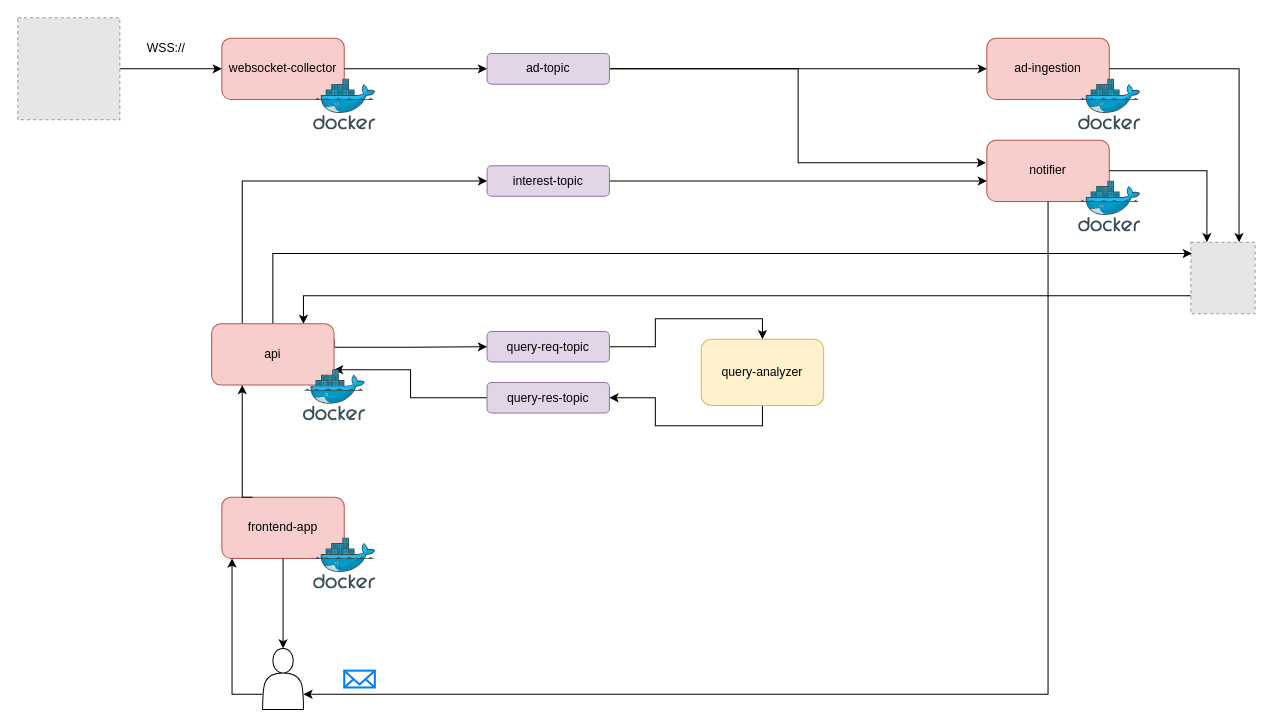
The draw.io diagram high-level-overview.drawio in jovicaandric/nlp-kupujem-prodajem-search, before the edit. Source tidied: cells renumbered, new cells numbered last; positions are measured from the earlier drawing's top-left corner, leaving out a move shared by most shapes. Both pictures are drawn from the tidied source at 102%, with x=0, y=0 at pixel (17, 17). Pictures stored in the file or linked from it are replaced by grey dashed boxes.
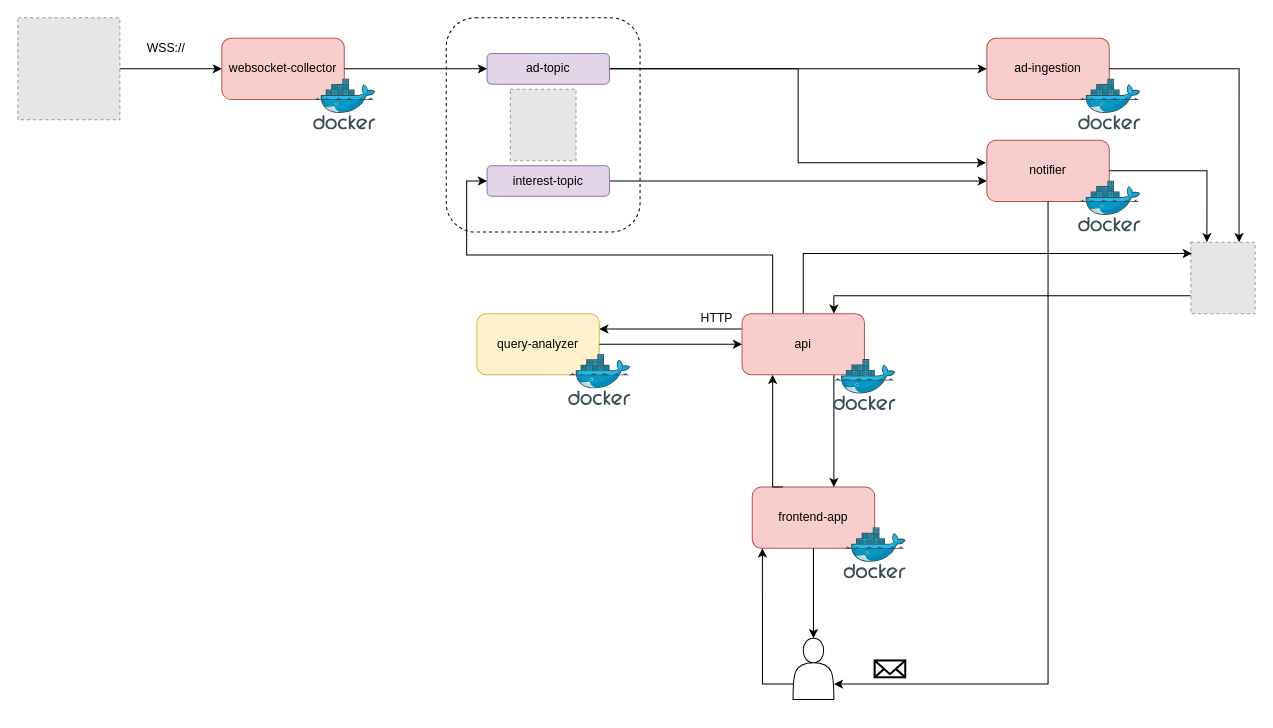
The same diagram, later.

Unchanged cells that the change refers to:
```xml
<mxCell id="9" value="frontend-app" style="rounded=1;whiteSpace=wrap;html=1;fillColor=#f8cecc;strokeColor=#b85450;" parent="8" vertex="1">
  <mxGeometry width="120" height="60" as="geometry" />
</mxCell>
<mxCell id="38" style="fillColor=#E6E6E6;strokeColor=#999999;dashed=1;verticalLabelPosition=bottom;verticalAlign=top;" parent="1" vertex="1">
  <mxGeometry x="1150" y="220" width="63" height="70" as="geometry" />
</mxCell>
```

Change to the diagram source:
```diff
@@
     <mxCell id="8" style="group;" parent="1" vertex="1">
-      <mxGeometry x="200" y="470" width="151" height="90" as="geometry" />
+      <mxGeometry x="720" y="460" width="151" height="90" as="geometry" />
     </mxCell>
@@
     <mxCell id="15" style="edgeStyle=orthogonalEdgeStyle;rounded=0;jettySize=auto;html=1;exitX=0.25;exitY=0;exitDx=0;exitDy=0;entryX=0.25;entryY=1;entryDx=0;entryDy=0;" parent="1" edge="1" source="9" target="42">
       <mxGeometry relative="1" as="geometry">
         <Array as="points">
-          <mxPoint x="220" y="470" />
+          <mxPoint x="740" y="460" />
         </Array>
       </mxGeometry>
     </mxCell>
@@
     <mxCell id="20" style="shape=actor;whiteSpace=wrap;html=1;" parent="1" vertex="1">
-      <mxGeometry x="240" y="618.2" width="40" height="60" as="geometry" />
+      <mxGeometry x="760" y="608.2" width="40" height="60" as="geometry" />
     </mxCell>
-    <mxCell id="21" style="html=1;verticalLabelPosition=bottom;align=center;labelBackgroundColor=#ffffff;verticalAlign=top;strokeWidth=2;strokeColor=#0080F0;shadow=0;dashed=0;shape=mxgraph.ios7.icons.mail;" parent="1" vertex="1">
-      <mxGeometry x="320" y="640" width="30" height="16.5" as="geometry" />
+    <mxCell id="21" style="html=1;verticalLabelPosition=bottom;align=center;labelBackgroundColor=#ffffff;verticalAlign=top;strokeWidth=2;strokeColor=#000000;shadow=0;dashed=0;shape=mxgraph.ios7.icons.mail;" parent="1" vertex="1">
+      <mxGeometry x="840" y="630" width="30" height="16.5" as="geometry" />
     </mxCell>
-    <mxCell id="22" style="edgeStyle=orthogonalEdgeStyle;rounded=0;jettySize=auto;html=1;exitX=0.5;exitY=1;exitDx=0;exitDy=0;entryX=1;entryY=0.5;entryDx=0;entryDy=0;" parent="1" edge="1" source="23" target="27">
-      <mxGeometry relative="1" as="geometry" />
-    </mxCell>
-    <mxCell id="23" value="query-analyzer" style="rounded=1;whiteSpace=wrap;html=1;fillColor=#fff2cc;strokeColor=#d6b656;" parent="1" vertex="1">
-      <mxGeometry x="670" y="315" width="120" height="65" as="geometry" />
-    </mxCell>
-    <mxCell id="24" style="edgeStyle=orthogonalEdgeStyle;rounded=0;jettySize=auto;html=1;exitX=1;exitY=0.5;exitDx=0;exitDy=0;entryX=0.5;entryY=0;entryDx=0;entryDy=0;" parent="1" edge="1" source="25" target="23">
-      <mxGeometry relative="1" as="geometry" />
-    </mxCell>
-    <mxCell id="25" value="query-req-topic" style="rounded=1;whiteSpace=wrap;html=1;fillColor=#e1d5e7;strokeColor=#9673a6;" parent="1" vertex="1">
-      <mxGeometry x="460" y="307.5" width="120" height="30" as="geometry" />
-    </mxCell>
-    <mxCell id="26" style="edgeStyle=orthogonalEdgeStyle;rounded=0;jettySize=auto;html=1;exitX=0;exitY=0.5;exitDx=0;exitDy=0;entryX=1;entryY=0.75;entryDx=0;entryDy=0;" parent="1" edge="1" source="27" target="42">
-      <mxGeometry relative="1" as="geometry" />
-    </mxCell>
-    <mxCell id="27" value="query-res-topic" style="rounded=1;whiteSpace=wrap;html=1;fillColor=#e1d5e7;strokeColor=#9673a6;" parent="1" vertex="1">
-      <mxGeometry x="460" y="357.5" width="120" height="30" as="geometry" />
-    </mxCell>
@@
-    <mxCell id="32" style="edgeStyle=orthogonalEdgeStyle;rounded=0;jettySize=auto;html=1;exitX=1;exitY=0.25;exitDx=0;exitDy=0;entryX=0;entryY=0.5;entryDx=0;entryDy=0;" parent="1" edge="1" source="42" target="25">
-      <mxGeometry relative="1" as="geometry">
-        <Array as="points">
-          <mxPoint x="310" y="323" />
-          <mxPoint x="385" y="323" />
-        </Array>
-      </mxGeometry>
-    </mxCell>
@@
     <mxCell id="37" style="edgeStyle=orthogonalEdgeStyle;rounded=0;jettySize=auto;html=1;exitX=0;exitY=0.75;exitDx=0;exitDy=0;entryX=0.75;entryY=0;entryDx=0;entryDy=0;" parent="1" edge="1" source="38" target="42">
-      <mxGeometry relative="1" as="geometry" />
+      <mxGeometry relative="1" as="geometry">
+        <Array as="points">
+          <mxPoint x="800" y="273" />
+        </Array>
+      </mxGeometry>
     </mxCell>
@@
+    <mxCell id="44" style="edgeStyle=orthogonalEdgeStyle;rounded=0;jettySize=auto;html=1;exitX=0.75;exitY=1;exitDx=0;exitDy=0;entryX=0.667;entryY=0;entryDx=0;entryDy=0;entryPerimeter=0;" parent="1" edge="1" source="42" target="9">
+      <mxGeometry relative="1" as="geometry" />
+    </mxCell>
+    <mxCell id="45" style="edgeStyle=orthogonalEdgeStyle;rounded=0;jettySize=auto;html=1;exitX=0;exitY=0.25;exitDx=0;exitDy=0;entryX=1;entryY=0.25;entryDx=0;entryDy=0;" parent="1" edge="1" source="42" target="23">
+      <mxGeometry relative="1" as="geometry" />
+    </mxCell>
     <mxCell id="42" value="api" style="rounded=1;whiteSpace=wrap;html=1;fillColor=#f8cecc;strokeColor=#b85450;" parent="1" vertex="1">
-      <mxGeometry x="190" y="300" width="120" height="60" as="geometry" />
+      <mxGeometry x="710" y="290" width="120" height="60" as="geometry" />
     </mxCell>
     <mxCell id="43" style="html=1;align=center;image;fontSize=12;image=img/lib/mscae/Docker.svg;" parent="1" vertex="1">
-      <mxGeometry x="280" y="345" width="61" height="50" as="geometry" />
+      <mxGeometry x="800" y="335" width="61" height="50" as="geometry" />
     </mxCell>
+    <mxCell id="46" style="group;" parent="1" vertex="1">
+      <mxGeometry x="450" y="290" width="151" height="90" as="geometry" />
+    </mxCell>
+    <mxCell id="23" value="query-analyzer" style="rounded=1;whiteSpace=wrap;html=1;fillColor=#fff2cc;strokeColor=#d6b656;" parent="46" vertex="1">
+      <mxGeometry width="120" height="60" as="geometry" />
+    </mxCell>
+    <mxCell id="47" style="html=1;align=center;image;fontSize=12;image=img/lib/mscae/Docker.svg;" parent="46" vertex="1">
+      <mxGeometry x="90" y="40" width="61" height="50" as="geometry" />
+    </mxCell>
+    <mxCell id="48" style="edgeStyle=orthogonalEdgeStyle;rounded=0;jettySize=auto;html=1;exitX=1;exitY=0.5;exitDx=0;exitDy=0;entryX=0;entryY=0.5;entryDx=0;entryDy=0;" parent="1" edge="1" source="23" target="42">
+      <mxGeometry relative="1" as="geometry" />
+    </mxCell>
+    <mxCell id="49" value="HTTP" style="text;html=1;align=center;verticalAlign=middle;" parent="1" vertex="1">
+      <mxGeometry x="660" y="285" width="50" height="20" as="geometry" />
+    </mxCell>
+    <mxCell id="50" style="rounded=1;whiteSpace=wrap;html=1;fillColor=none;dashed=1;" parent="1" vertex="1">
+      <mxGeometry x="420" width="190" height="210" as="geometry" />
+    </mxCell>
+    <mxCell id="51" style="fillColor=#E6E6E6;strokeColor=#999999;dashed=1;verticalLabelPosition=bottom;verticalAlign=top;" parent="1" vertex="1">
+      <mxGeometry x="482.9" y="70" width="64.3" height="70" as="geometry" />
+    </mxCell>
```
